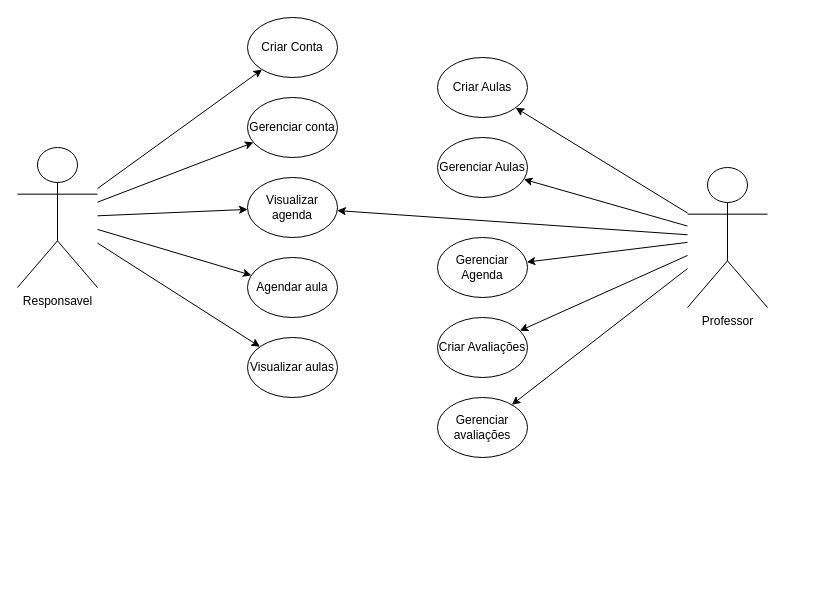
This is page "Página-1" (1 of 2) of reforçaedu.drawio from CharlesTM1/Diagramasderequisitos, a draw.io file, before an edit. Source tidied: cells renumbered, new cells numbered last; positions are measured from the earlier drawing's top-left corner, leaving out a move shared by most shapes. Both pictures are drawn from the tidied source at 100%, with x=0, y=0 at pixel (17, 17).
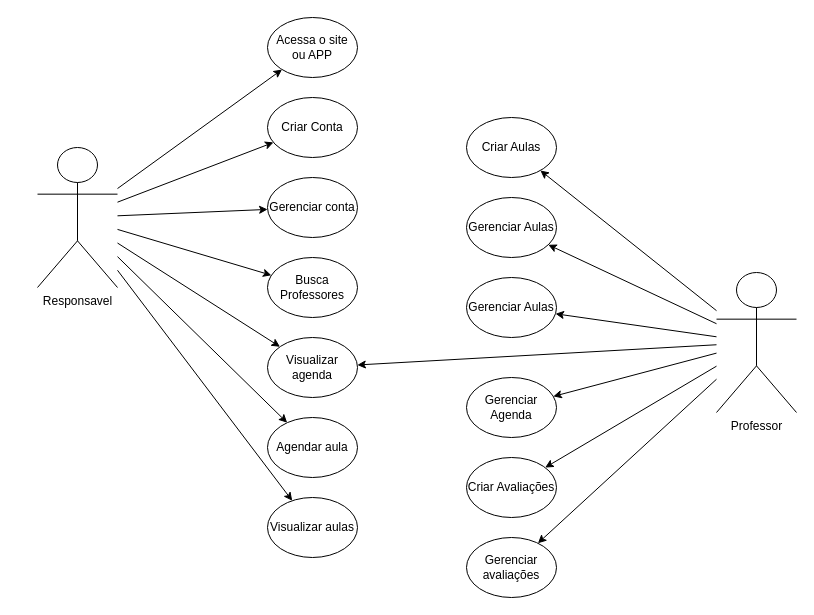
The same page after the edit.

Diff of the diagram source:
```diff
@@
     <mxCell id="2" value="Responsavel" style="shape=umlActor;verticalLabelPosition=bottom;verticalAlign=top;html=1;outlineConnect=0;" parent="1" vertex="1">
-      <mxGeometry y="130" width="80" height="140" as="geometry" />
+      <mxGeometry x="20" y="130" width="80" height="140" as="geometry" />
     </mxCell>
     <mxCell id="3" value="Criar Conta" style="ellipse;whiteSpace=wrap;html=1;" parent="1" vertex="1">
-      <mxGeometry x="230" width="90" height="60" as="geometry" />
+      <mxGeometry x="250" y="80" width="90" height="60" as="geometry" />
     </mxCell>
     <mxCell id="4" value="Gerenciar conta" style="ellipse;whiteSpace=wrap;html=1;" parent="1" vertex="1">
-      <mxGeometry x="230" y="80" width="90" height="60" as="geometry" />
+      <mxGeometry x="250" y="160" width="90" height="60" as="geometry" />
     </mxCell>
     <mxCell id="5" value="Visualizar agenda" style="ellipse;whiteSpace=wrap;html=1;" parent="1" vertex="1">
-      <mxGeometry x="230" y="160" width="90" height="60" as="geometry" />
+      <mxGeometry x="250" y="320" width="90" height="60" as="geometry" />
     </mxCell>
     <mxCell id="6" value="Agendar aula" style="ellipse;whiteSpace=wrap;html=1;" parent="1" vertex="1">
-      <mxGeometry x="230" y="240" width="90" height="60" as="geometry" />
+      <mxGeometry x="250" y="400" width="90" height="60" as="geometry" />
     </mxCell>
     <mxCell id="7" value="Visualizar aulas" style="ellipse;whiteSpace=wrap;html=1;" parent="1" vertex="1">
-      <mxGeometry x="230" y="320" width="90" height="60" as="geometry" />
+      <mxGeometry x="250" y="480" width="90" height="60" as="geometry" />
     </mxCell>
@@
     <mxCell id="13" value="Professor" style="shape=umlActor;verticalLabelPosition=bottom;verticalAlign=top;html=1;outlineConnect=0;" parent="1" vertex="1">
-      <mxGeometry x="670" y="150" width="80" height="140" as="geometry" />
+      <mxGeometry x="699" y="255" width="80" height="140" as="geometry" />
     </mxCell>
     <mxCell id="14" value="Gerenciar Agenda" style="ellipse;whiteSpace=wrap;html=1;" parent="1" vertex="1">
-      <mxGeometry x="420" y="220" width="90" height="60" as="geometry" />
+      <mxGeometry x="449" y="360" width="90" height="60" as="geometry" />
     </mxCell>
     <mxCell id="15" value="Criar Aulas" style="ellipse;whiteSpace=wrap;html=1;" parent="1" vertex="1">
-      <mxGeometry x="420" y="40" width="90" height="60" as="geometry" />
+      <mxGeometry x="449" y="100" width="90" height="60" as="geometry" />
     </mxCell>
     <mxCell id="16" value="Gerenciar Aulas" style="ellipse;whiteSpace=wrap;html=1;" parent="1" vertex="1">
-      <mxGeometry x="420" y="120" width="90" height="60" as="geometry" />
+      <mxGeometry x="449" y="180" width="90" height="60" as="geometry" />
     </mxCell>
     <mxCell id="17" value="Criar Avaliações" style="ellipse;whiteSpace=wrap;html=1;" parent="1" vertex="1">
-      <mxGeometry x="420" y="300" width="90" height="60" as="geometry" />
+      <mxGeometry x="449" y="440" width="90" height="60" as="geometry" />
     </mxCell>
     <mxCell id="18" value="Gerenciar avaliações" style="ellipse;whiteSpace=wrap;html=1;" parent="1" vertex="1">
-      <mxGeometry x="420" y="380" width="90" height="60" as="geometry" />
+      <mxGeometry x="449" y="520" width="90" height="60" as="geometry" />
     </mxCell>
@@
+    <mxCell id="25" value="Acessa o site ou APP" style="ellipse;whiteSpace=wrap;html=1;" parent="1" vertex="1">
+      <mxGeometry x="250" width="90" height="60" as="geometry" />
+    </mxCell>
+    <mxCell id="26" value="Busca Professores" style="ellipse;whiteSpace=wrap;html=1;" parent="1" vertex="1">
+      <mxGeometry x="250" y="240" width="90" height="60" as="geometry" />
+    </mxCell>
+    <mxCell id="27" style="endArrow=classic;html=1;rounded=0;" parent="1" edge="1" source="2" target="25">
+      <mxGeometry relative="1" as="geometry" />
+    </mxCell>
+    <mxCell id="28" style="endArrow=classic;html=1;rounded=0;" parent="1" edge="1" source="2" target="26">
+      <mxGeometry relative="1" as="geometry" />
+    </mxCell>
+    <mxCell id="29" value="Gerenciar Aulas" style="ellipse;whiteSpace=wrap;html=1;" parent="1" vertex="1">
+      <mxGeometry x="449" y="260" width="90" height="60" as="geometry" />
+    </mxCell>
+    <mxCell id="30" style="endArrow=classic;html=1;rounded=0;" parent="1" edge="1" source="13" target="29">
+      <mxGeometry relative="1" as="geometry" />
+    </mxCell>
```
